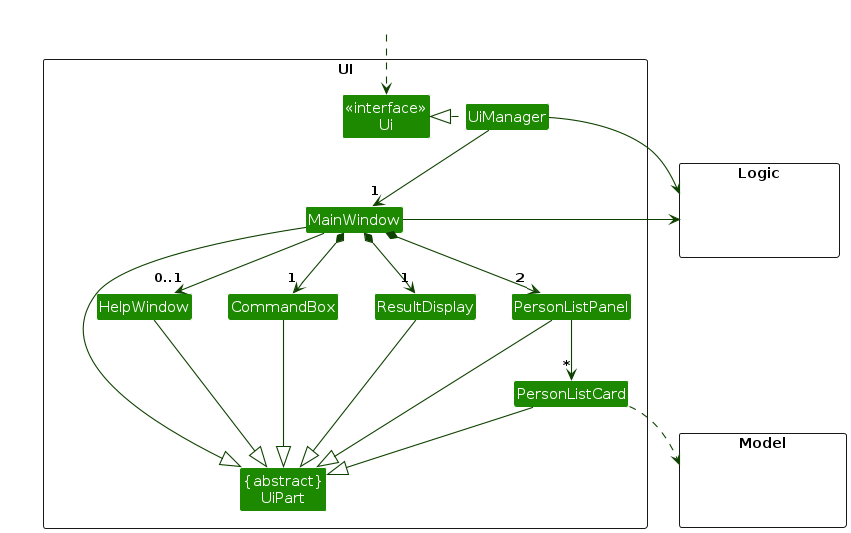
Above: diagrams/UiClassDiagram.png in AY2425S1-CS2103T-F09-3/tp (PlantUML), before the change. Its source is kept beside it as diagrams/UiClassDiagram.puml.
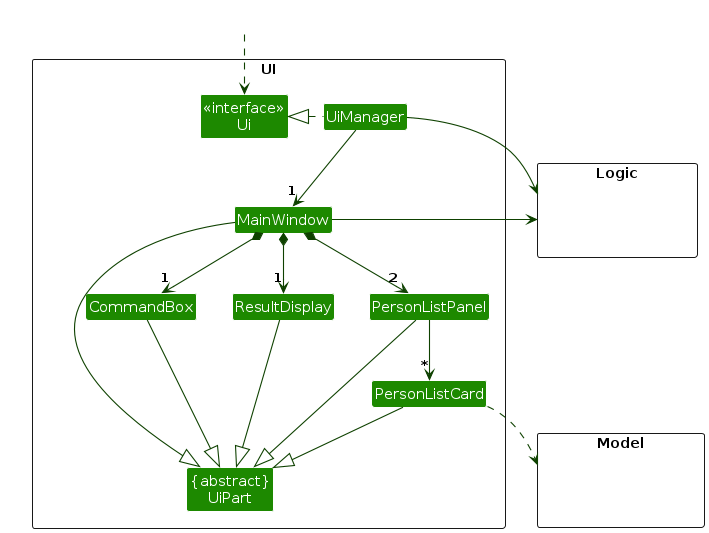
After the commit.

Diff of the diagram source:
```diff
@@ -9,7 +9,6 @@
 Class "{abstract}\nUiPart" as UiPart
 Class UiManager
 Class MainWindow
-Class HelpWindow
 Class ResultDisplay
 Class PersonListPanel
 Class CommandBox
@@ -32,7 +31,6 @@
 MainWindow *-down->  "1" CommandBox
 MainWindow *-down-> "1" ResultDisplay
 MainWindow *-down-> "2" PersonListPanel
-MainWindow --> "0..1" HelpWindow
 
 PersonListPanel -down-> "*" PersonListCard
 
@@ -42,13 +40,12 @@
 CommandBox --|> UiPart
 PersonListPanel --|> UiPart
 PersonListCard --|> UiPart
-HelpWindow --|> UiPart
+
 
 PersonListCard ..> Model
 UiManager -right-> Logic
 MainWindow -left-> Logic
 
-HelpWindow -right[hidden]- CommandBox
 CommandBox -right[hidden]- ResultDisplay
 ResultDisplay -right[hidden]- PersonListPanel
 
```
